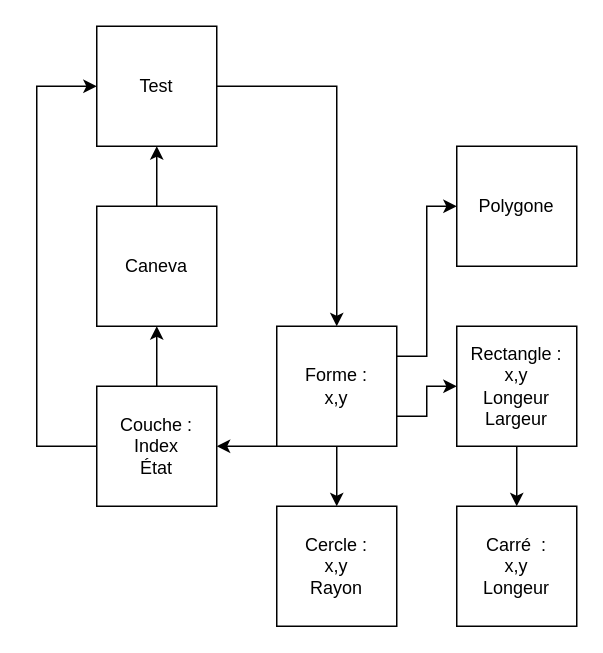
Earlier version of the draw.io diagram APP1.drawio (A-Letourneau/APP1-GRAPHICUS). Source tidied: cells renumbered, new cells numbered last; positions are measured from the earlier drawing's top-left corner, leaving out a move shared by most shapes. Both pictures are drawn from the tidied source at 150%, with x=0, y=0 at pixel (36, 26).
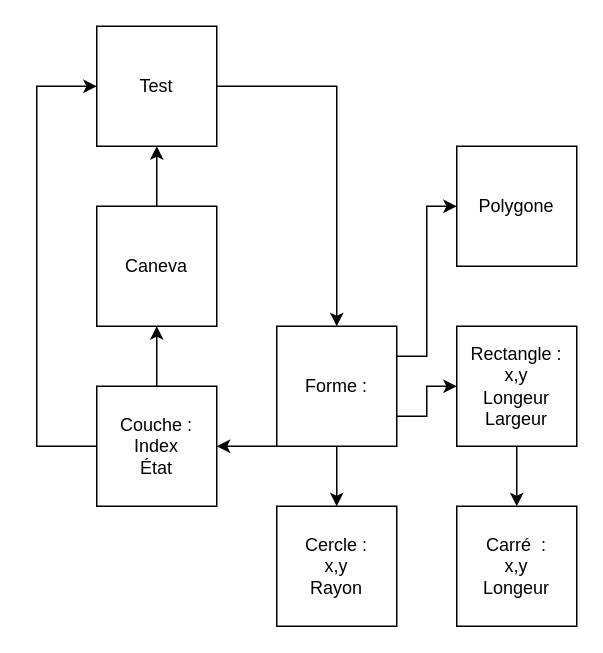
The same diagram, later.

The edit, as a diff of the source:
```diff
@@
-    <mxCell id="6" value="Forme :&lt;br&gt;x,y" style="rounded=0;whiteSpace=wrap;html=1;" parent="1" vertex="1">
+    <mxCell id="6" value="Forme :" style="rounded=0;whiteSpace=wrap;html=1;" parent="1" vertex="1">
       <mxGeometry x="160" y="200" width="80" height="80" as="geometry" />
     </mxCell>
```
